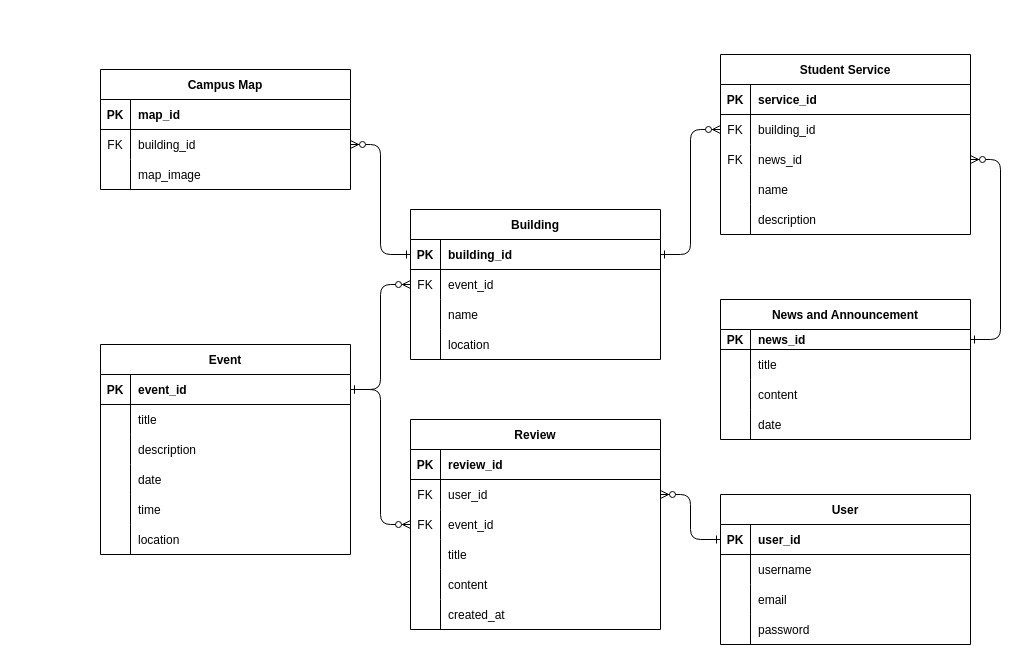
The draw.io diagram github_exercise/Untitled Diagram.drawio in dyy99/ddp, before the edit. Source tidied: cells renumbered, new cells numbered last; positions are measured from the earlier drawing's top-left corner, leaving out a move shared by most shapes. Both pictures are drawn from the tidied source at 100%, with x=0, y=0 at pixel (100, 54).
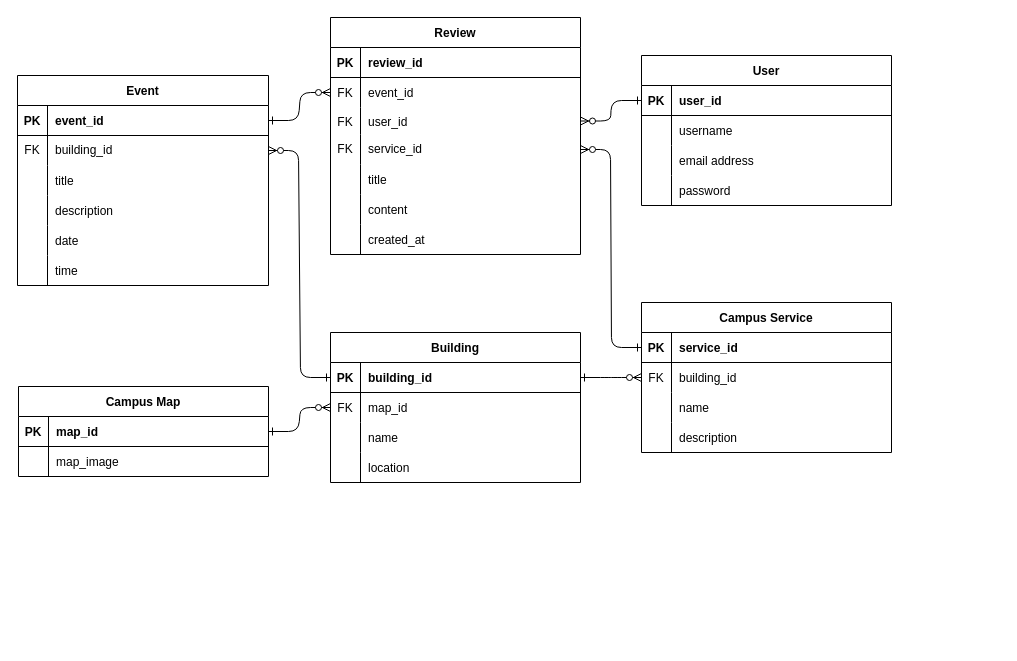
After the change.

Unchanged cells that the change refers to:
```xml
<mxCell id="11" style="shape=partialRectangle;fillColor=none;top=0;left=0;right=0;bottom=0;" parent="4" vertex="1">
  <mxGeometry y="90" width="250" height="30" as="geometry" />
</mxCell>
<mxCell id="56" style="shape=partialRectangle;fillColor=none;points=[[0,0.5],[1,0.5]];portConstraint=eastwest;top=0;left=0;right=0;bottom=1;" parent="55" vertex="1">
  <mxGeometry y="30" width="250" height="30" as="geometry" />
</mxCell>
<mxCell id="59" style="shape=tableRow;horizontal=0;startSize=0;swimlaneHead=0;swimlaneBody=0;fillColor=none;points=[[0,0.5],[1,0.5]];portConstraint=eastwest;top=0;left=0;right=0;bottom=0;" parent="55" vertex="1">
  <mxGeometry y="60" width="250" height="30" as="geometry" />
</mxCell>
<mxCell id="69" style="shape=partialRectangle;fillColor=none;points=[[0,0.5],[1,0.5]];portConstraint=eastwest;top=0;left=0;right=0;bottom=1;" parent="68" vertex="1">
  <mxGeometry y="30" width="250" height="30" as="geometry" />
</mxCell>
<mxCell id="98" style="shape=partialRectangle;fillColor=none;points=[[0,0.5],[1,0.5]];portConstraint=eastwest;top=0;left=0;right=0;bottom=1;" parent="97" vertex="1">
  <mxGeometry y="30" width="250" height="30" as="geometry" />
</mxCell>
```

Change to the diagram source:
```diff
@@
     <mxCell id="4" value="User" style="shape=table;startSize=30;childLayout=tableLayout;rowLines=0;fontStyle=1;align=center;" parent="1" vertex="1">
-      <mxGeometry x="620" y="440" width="250" height="150" as="geometry" />
+      <mxGeometry x="541" y="1" width="250" height="150" as="geometry" />
     </mxCell>
@@
-    <mxCell id="13" value="email" style="shape=partialRectangle;overflow=hidden;fillColor=none;top=0;left=0;bottom=0;right=0;align=left;spacingLeft=6;" parent="11" vertex="1">
+    <mxCell id="13" value="email address" style="shape=partialRectangle;overflow=hidden;fillColor=none;top=0;left=0;bottom=0;right=0;align=left;spacingLeft=6;" parent="11" vertex="1">
       <mxGeometry x="30" width="220" height="30" as="geometry" />
     </mxCell>
@@
     <mxCell id="17" value="Review" style="shape=table;startSize=30;childLayout=tableLayout;rowLines=0;fontStyle=1;align=center;" parent="1" vertex="1">
-      <mxGeometry x="310" y="365" width="250" height="210" as="geometry" />
+      <mxGeometry x="230" y="-37" width="250" height="237" as="geometry" />
     </mxCell>
@@
+    <mxCell id="24" style="shape=tableRow;horizontal=0;startSize=0;swimlaneHead=0;swimlaneBody=0;fillColor=none;points=[[0,0.5],[1,0.5]];portConstraint=eastwest;top=0;left=0;right=0;bottom=0;" parent="17" vertex="1">
+      <mxGeometry y="60" width="250" height="30" as="geometry" />
+    </mxCell>
+    <mxCell id="25" value="FK" style="shape=partialRectangle;fillColor=none;top=0;left=0;bottom=0;right=0;overflow=hidden;" parent="24" vertex="1">
+      <mxGeometry width="30" height="30" as="geometry" />
+    </mxCell>
+    <mxCell id="26" value="event_id" style="shape=partialRectangle;fillColor=none;top=0;left=0;bottom=0;right=0;align=left;spacingLeft=6;overflow=hidden;" parent="24" vertex="1">
+      <mxGeometry x="30" width="220" height="30" as="geometry" />
+    </mxCell>
     <mxCell id="21" style="shape=partialRectangle;fillColor=none;points=[[0,0.5],[1,0.5]];portConstraint=eastwest;top=0;left=0;right=0;bottom=0;" parent="17" vertex="1">
-      <mxGeometry y="60" width="250" height="30" as="geometry" />
+      <mxGeometry y="90" width="250" height="27" as="geometry" />
     </mxCell>
     <mxCell id="22" value="FK" style="shape=partialRectangle;overflow=hidden;fillColor=none;top=0;left=0;bottom=0;right=0;" parent="21" vertex="1">
-      <mxGeometry width="30" height="30" as="geometry" />
+      <mxGeometry width="30" height="27" as="geometry" />
     </mxCell>
     <mxCell id="23" value="user_id" style="shape=partialRectangle;overflow=hidden;fillColor=none;top=0;left=0;bottom=0;right=0;align=left;spacingLeft=6;" parent="21" vertex="1">
-      <mxGeometry x="30" width="220" height="30" as="geometry" />
+      <mxGeometry x="30" width="220" height="27" as="geometry" />
     </mxCell>
-    <mxCell id="24" style="shape=tableRow;horizontal=0;startSize=0;swimlaneHead=0;swimlaneBody=0;fillColor=none;points=[[0,0.5],[1,0.5]];portConstraint=eastwest;top=0;left=0;right=0;bottom=0;" parent="17" vertex="1">
-      <mxGeometry y="90" width="250" height="30" as="geometry" />
-    </mxCell>
-    <mxCell id="25" value="FK" style="shape=partialRectangle;fillColor=none;top=0;left=0;bottom=0;right=0;overflow=hidden;" parent="24" vertex="1">
-      <mxGeometry width="30" height="30" as="geometry" />
-    </mxCell>
-    <mxCell id="26" value="event_id" style="shape=partialRectangle;fillColor=none;top=0;left=0;bottom=0;right=0;align=left;spacingLeft=6;overflow=hidden;" parent="24" vertex="1">
-      <mxGeometry x="30" width="220" height="30" as="geometry" />
-    </mxCell>
+    <mxCell id="111" style="shape=tableRow;horizontal=0;startSize=0;swimlaneHead=0;swimlaneBody=0;fillColor=none;points=[[0,0.5],[1,0.5]];portConstraint=eastwest;top=0;left=0;right=0;bottom=0;" parent="17" vertex="1">
+      <mxGeometry y="117" width="250" height="30" as="geometry" />
+    </mxCell>
+    <mxCell id="112" value="FK" style="shape=partialRectangle;fillColor=none;top=0;left=0;bottom=0;right=0;fontStyle=0;overflow=hidden;whiteSpace=wrap;html=1;" parent="111" vertex="1">
+      <mxGeometry width="30" height="30" as="geometry" />
+    </mxCell>
+    <mxCell id="113" value="service_id" style="shape=partialRectangle;fillColor=none;top=0;left=0;bottom=0;right=0;align=left;spacingLeft=6;fontStyle=0;overflow=hidden;whiteSpace=wrap;html=1;" parent="111" vertex="1">
+      <mxGeometry x="30" width="220" height="30" as="geometry" />
+    </mxCell>
     <mxCell id="27" style="shape=partialRectangle;fillColor=none;top=0;left=0;right=0;bottom=0;" parent="17" vertex="1">
-      <mxGeometry y="120" width="250" height="30" as="geometry" />
+      <mxGeometry y="147" width="250" height="30" as="geometry" />
     </mxCell>
@@
     <mxCell id="30" style="shape=tableRow;horizontal=0;startSize=0;swimlaneHead=0;swimlaneBody=0;fillColor=none;top=0;left=0;right=0;bottom=0;" parent="17" vertex="1">
-      <mxGeometry y="150" width="250" height="30" as="geometry" />
+      <mxGeometry y="177" width="250" height="30" as="geometry" />
     </mxCell>
@@
     <mxCell id="33" style="shape=tableRow;horizontal=0;startSize=0;swimlaneHead=0;swimlaneBody=0;fillColor=none;top=0;left=0;right=0;bottom=0;" parent="17" vertex="1">
-      <mxGeometry y="180" width="250" height="30" as="geometry" />
+      <mxGeometry y="207" width="250" height="30" as="geometry" />
     </mxCell>
@@
     <mxCell id="36" value="Event" style="shape=table;startSize=30;childLayout=tableLayout;rowLines=0;fontStyle=1;align=center;" parent="1" vertex="1">
-      <mxGeometry y="290" width="250" height="210" as="geometry" />
+      <mxGeometry x="-83" y="21" width="251" height="210" as="geometry" />
     </mxCell>
     <mxCell id="37" style="shape=partialRectangle;fillColor=none;points=[[0,0.5],[1,0.5]];portConstraint=eastwest;top=0;left=0;right=0;bottom=1;" parent="36" vertex="1">
-      <mxGeometry y="30" width="250" height="30" as="geometry" />
+      <mxGeometry y="30" width="251" height="30" as="geometry" />
     </mxCell>
@@
     <mxCell id="39" value="event_id" style="shape=partialRectangle;overflow=hidden;fillColor=none;top=0;left=0;bottom=0;right=0;align=left;spacingLeft=6;fontStyle=1;" parent="37" vertex="1">
-      <mxGeometry x="30" width="220" height="30" as="geometry" />
+      <mxGeometry x="30" width="221" height="30" as="geometry" />
     </mxCell>
+    <mxCell id="114" style="shape=tableRow;horizontal=0;startSize=0;swimlaneHead=0;swimlaneBody=0;fillColor=none;points=[[0,0.5],[1,0.5]];portConstraint=eastwest;top=0;left=0;right=0;bottom=0;" parent="36" vertex="1">
+      <mxGeometry y="60" width="251" height="30" as="geometry" />
+    </mxCell>
+    <mxCell id="115" value="FK" style="shape=partialRectangle;fillColor=none;top=0;left=0;bottom=0;right=0;fontStyle=0;overflow=hidden;whiteSpace=wrap;html=1;" parent="114" vertex="1">
+      <mxGeometry width="30" height="30" as="geometry" />
+    </mxCell>
+    <mxCell id="103" value="building_id" style="shape=partialRectangle;fillColor=none;top=0;left=0;bottom=0;right=0;align=left;spacingLeft=6;fontStyle=0;overflow=hidden;whiteSpace=wrap;html=1;" parent="114" vertex="1">
+      <mxGeometry x="30" width="221" height="30" as="geometry" />
+    </mxCell>
     <mxCell id="40" style="shape=partialRectangle;fillColor=none;top=0;left=0;right=0;bottom=0;" parent="36" vertex="1">
-      <mxGeometry y="60" width="250" height="30" as="geometry" />
+      <mxGeometry y="90" width="251" height="30" as="geometry" />
     </mxCell>
@@
     <mxCell id="42" value="title" style="shape=partialRectangle;overflow=hidden;fillColor=none;top=0;left=0;bottom=0;right=0;align=left;spacingLeft=6;" parent="40" vertex="1">
-      <mxGeometry x="30" width="220" height="30" as="geometry" />
+      <mxGeometry x="30" width="221" height="30" as="geometry" />
     </mxCell>
     <mxCell id="43" style="shape=tableRow;horizontal=0;startSize=0;swimlaneHead=0;swimlaneBody=0;fillColor=none;top=0;left=0;right=0;bottom=0;" parent="36" vertex="1">
-      <mxGeometry y="90" width="250" height="30" as="geometry" />
+      <mxGeometry y="120" width="251" height="30" as="geometry" />
     </mxCell>
@@
     <mxCell id="45" value="description " style="shape=partialRectangle;fillColor=none;top=0;left=0;bottom=0;right=0;align=left;spacingLeft=6;overflow=hidden;" parent="43" vertex="1">
-      <mxGeometry x="30" width="220" height="30" as="geometry" />
+      <mxGeometry x="30" width="221" height="30" as="geometry" />
     </mxCell>
     <mxCell id="46" style="shape=tableRow;horizontal=0;startSize=0;swimlaneHead=0;swimlaneBody=0;fillColor=none;top=0;left=0;right=0;bottom=0;" parent="36" vertex="1">
-      <mxGeometry y="120" width="250" height="30" as="geometry" />
+      <mxGeometry y="150" width="251" height="30" as="geometry" />
     </mxCell>
@@
     <mxCell id="48" value="date" style="shape=partialRectangle;fillColor=none;top=0;left=0;bottom=0;right=0;align=left;spacingLeft=6;overflow=hidden;" parent="46" vertex="1">
-      <mxGeometry x="30" width="220" height="30" as="geometry" />
+      <mxGeometry x="30" width="221" height="30" as="geometry" />
     </mxCell>
     <mxCell id="49" style="shape=tableRow;horizontal=0;startSize=0;swimlaneHead=0;swimlaneBody=0;fillColor=none;top=0;left=0;right=0;bottom=0;" parent="36" vertex="1">
-      <mxGeometry y="150" width="250" height="30" as="geometry" />
+      <mxGeometry y="180" width="251" height="30" as="geometry" />
     </mxCell>
@@
     <mxCell id="51" value="time" style="shape=partialRectangle;fillColor=none;top=0;left=0;bottom=0;right=0;align=left;spacingLeft=6;overflow=hidden;" parent="49" vertex="1">
-      <mxGeometry x="30" width="220" height="30" as="geometry" />
+      <mxGeometry x="30" width="221" height="30" as="geometry" />
     </mxCell>
-    <mxCell id="52" style="shape=tableRow;horizontal=0;startSize=0;swimlaneHead=0;swimlaneBody=0;fillColor=none;top=0;left=0;right=0;bottom=0;" parent="36" vertex="1">
-      <mxGeometry y="180" width="250" height="30" as="geometry" />
-    </mxCell>
-    <mxCell id="53" style="shape=partialRectangle;fillColor=none;top=0;left=0;bottom=0;right=0;overflow=hidden;" parent="52" vertex="1">
-      <mxGeometry width="30" height="30" as="geometry" />
-    </mxCell>
-    <mxCell id="54" value="location" style="shape=partialRectangle;fillColor=none;top=0;left=0;bottom=0;right=0;align=left;spacingLeft=6;overflow=hidden;" parent="52" vertex="1">
-      <mxGeometry x="30" width="220" height="30" as="geometry" />
-    </mxCell>
     <mxCell id="55" value="Building" style="shape=table;startSize=30;childLayout=tableLayout;rowLines=0;fontStyle=1;align=center;" parent="1" vertex="1">
-      <mxGeometry x="310" y="155" width="250" height="150" as="geometry" />
+      <mxGeometry x="230" y="278" width="250" height="150" as="geometry" />
     </mxCell>
@@
-    <mxCell id="61" value="event_id" style="shape=partialRectangle;fillColor=none;top=0;left=0;bottom=0;right=0;align=left;spacingLeft=6;overflow=hidden;" parent="59" vertex="1">
+    <mxCell id="61" value="map_id" style="shape=partialRectangle;fillColor=none;top=0;left=0;bottom=0;right=0;align=left;spacingLeft=6;overflow=hidden;" parent="59" vertex="1">
       <mxGeometry x="30" width="220" height="30" as="geometry" />
     </mxCell>
@@
-    <mxCell id="68" value="Student Service" style="shape=table;startSize=30;childLayout=tableLayout;rowLines=0;fontStyle=1;align=center;" parent="1" vertex="1">
-      <mxGeometry x="620" width="250" height="180" as="geometry" />
+    <mxCell id="68" value="Campus Service" style="shape=table;startSize=30;childLayout=tableLayout;rowLines=0;fontStyle=1;align=center;" parent="1" vertex="1">
+      <mxGeometry x="541" y="248" width="250" height="150" as="geometry" />
     </mxCell>
@@
-    <mxCell id="75" style="shape=tableRow;horizontal=0;startSize=0;swimlaneHead=0;swimlaneBody=0;fillColor=none;points=[[0,0.5],[1,0.5]];portConstraint=eastwest;top=0;left=0;right=0;bottom=0;" parent="68" vertex="1">
-      <mxGeometry y="90" width="250" height="30" as="geometry" />
-    </mxCell>
-    <mxCell id="76" value="FK" style="shape=partialRectangle;fillColor=none;top=0;left=0;bottom=0;right=0;overflow=hidden;" parent="75" vertex="1">
-      <mxGeometry width="30" height="30" as="geometry" />
-    </mxCell>
-    <mxCell id="77" value="news_id" style="shape=partialRectangle;fillColor=none;top=0;left=0;bottom=0;right=0;align=left;spacingLeft=6;overflow=hidden;" parent="75" vertex="1">
-      <mxGeometry x="30" width="220" height="30" as="geometry" />
-    </mxCell>
     <mxCell id="78" style="shape=partialRectangle;fillColor=none;top=0;left=0;right=0;bottom=0;" parent="68" vertex="1">
-      <mxGeometry y="120" width="250" height="30" as="geometry" />
+      <mxGeometry y="90" width="250" height="30" as="geometry" />
     </mxCell>
@@
     <mxCell id="81" style="shape=tableRow;horizontal=0;startSize=0;swimlaneHead=0;swimlaneBody=0;fillColor=none;top=0;left=0;right=0;bottom=0;" parent="68" vertex="1">
-      <mxGeometry y="150" width="250" height="30" as="geometry" />
+      <mxGeometry y="120" width="250" height="30" as="geometry" />
     </mxCell>
@@
-    <mxCell id="84" value="News and Announcement" style="shape=table;startSize=30;childLayout=tableLayout;rowLines=0;fontStyle=1;align=center;" parent="1" vertex="1">
-      <mxGeometry x="620" y="245" width="250" height="140" as="geometry" />
-    </mxCell>
-    <mxCell id="85" style="shape=partialRectangle;fillColor=none;points=[[0,0.5],[1,0.5]];portConstraint=eastwest;top=0;left=0;right=0;bottom=1;" parent="84" vertex="1">
-      <mxGeometry y="30" width="250" height="20" as="geometry" />
-    </mxCell>
-    <mxCell id="86" value="PK" style="shape=partialRectangle;overflow=hidden;fillColor=none;top=0;left=0;bottom=0;right=0;fontStyle=1;" parent="85" vertex="1">
-      <mxGeometry width="30" height="20" as="geometry" />
-    </mxCell>
-    <mxCell id="87" value="news_id" style="shape=partialRectangle;overflow=hidden;fillColor=none;top=0;left=0;bottom=0;right=0;align=left;spacingLeft=6;fontStyle=1;" parent="85" vertex="1">
-      <mxGeometry x="30" width="220" height="20" as="geometry" />
-    </mxCell>
-    <mxCell id="88" style="shape=partialRectangle;fillColor=none;top=0;left=0;right=0;bottom=0;" parent="84" vertex="1">
-      <mxGeometry y="50" width="250" height="30" as="geometry" />
-    </mxCell>
-    <mxCell id="89" style="shape=partialRectangle;overflow=hidden;fillColor=none;top=0;left=0;bottom=0;right=0;" parent="88" vertex="1">
-      <mxGeometry width="30" height="30" as="geometry" />
-    </mxCell>
-    <mxCell id="90" value="title" style="shape=partialRectangle;overflow=hidden;fillColor=none;top=0;left=0;bottom=0;right=0;align=left;spacingLeft=6;" parent="88" vertex="1">
-      <mxGeometry x="30" width="220" height="30" as="geometry" />
-    </mxCell>
-    <mxCell id="91" style="shape=tableRow;horizontal=0;startSize=0;swimlaneHead=0;swimlaneBody=0;fillColor=none;top=0;left=0;right=0;bottom=0;" parent="84" vertex="1">
-      <mxGeometry y="80" width="250" height="30" as="geometry" />
-    </mxCell>
-    <mxCell id="92" style="shape=partialRectangle;fillColor=none;top=0;left=0;bottom=0;right=0;overflow=hidden;" parent="91" vertex="1">
-      <mxGeometry width="30" height="30" as="geometry" />
-    </mxCell>
-    <mxCell id="93" value="content" style="shape=partialRectangle;fillColor=none;top=0;left=0;bottom=0;right=0;align=left;spacingLeft=6;overflow=hidden;" parent="91" vertex="1">
-      <mxGeometry x="30" width="220" height="30" as="geometry" />
-    </mxCell>
-    <mxCell id="94" style="shape=tableRow;horizontal=0;startSize=0;swimlaneHead=0;swimlaneBody=0;fillColor=none;top=0;left=0;right=0;bottom=0;" parent="84" vertex="1">
-      <mxGeometry y="110" width="250" height="30" as="geometry" />
-    </mxCell>
-    <mxCell id="95" style="shape=partialRectangle;fillColor=none;top=0;left=0;bottom=0;right=0;overflow=hidden;" parent="94" vertex="1">
-      <mxGeometry width="30" height="30" as="geometry" />
-    </mxCell>
-    <mxCell id="96" value="date" style="shape=partialRectangle;fillColor=none;top=0;left=0;bottom=0;right=0;align=left;spacingLeft=6;overflow=hidden;" parent="94" vertex="1">
-      <mxGeometry x="30" width="220" height="30" as="geometry" />
-    </mxCell>
     <mxCell id="97" value="Campus Map" style="shape=table;startSize=30;childLayout=tableLayout;rowLines=0;fontStyle=1;align=center;" parent="1" vertex="1">
-      <mxGeometry y="15" width="250" height="120" as="geometry" />
+      <mxGeometry x="-82" y="332" width="250" height="90" as="geometry" />
     </mxCell>
@@
-    <mxCell id="101" style="shape=partialRectangle;fillColor=none;points=[[0,0.5],[1,0.5]];portConstraint=eastwest;top=0;left=0;right=0;bottom=0;" parent="97" vertex="1">
-      <mxGeometry y="60" width="250" height="30" as="geometry" />
-    </mxCell>
-    <mxCell id="102" value="FK" style="shape=partialRectangle;overflow=hidden;fillColor=none;top=0;left=0;bottom=0;right=0;" parent="101" vertex="1">
-      <mxGeometry width="30" height="30" as="geometry" />
-    </mxCell>
-    <mxCell id="103" value="building_id" style="shape=partialRectangle;overflow=hidden;fillColor=none;top=0;left=0;bottom=0;right=0;align=left;spacingLeft=6;" parent="101" vertex="1">
-      <mxGeometry x="30" width="220" height="30" as="geometry" />
-    </mxCell>
     <mxCell id="104" style="shape=tableRow;horizontal=0;startSize=0;swimlaneHead=0;swimlaneBody=0;fillColor=none;top=0;left=0;right=0;bottom=0;" parent="97" vertex="1">
-      <mxGeometry y="90" width="250" height="30" as="geometry" />
+      <mxGeometry y="60" width="250" height="30" as="geometry" />
     </mxCell>
@@
-    <mxCell id="107" style="edgeStyle=entityRelationEdgeStyle;endArrow=ERzeroToMany;startArrow=ERone;endFill=1;startFill=0;entryX=1;entryY=0.5;entryDx=0;entryDy=0;exitX=0;exitY=0.5;exitDx=0;exitDy=0;" parent="1" edge="1" source="56" target="101">
+    <mxCell id="107" style="edgeStyle=entityRelationEdgeStyle;endArrow=ERzeroToMany;startArrow=ERone;endFill=1;startFill=0;exitX=1;exitY=0.5;exitDx=0;exitDy=0;entryX=0;entryY=0.5;entryDx=0;entryDy=0;" parent="1" edge="1" source="98" target="59">
       <mxGeometry relative="1" as="geometry" />
     </mxCell>
-    <mxCell id="108" style="edgeStyle=entityRelationEdgeStyle;endArrow=ERzeroToMany;startArrow=ERone;endFill=1;startFill=0;entryX=0;entryY=0.5;entryDx=0;entryDy=0;exitX=1;exitY=0.5;exitDx=0;exitDy=0;" parent="1" edge="1" source="37" target="59">
+    <mxCell id="108" style="edgeStyle=entityRelationEdgeStyle;endArrow=ERzeroToMany;startArrow=ERone;endFill=1;startFill=0;entryX=1;entryY=0.5;entryDx=0;entryDy=0;exitX=0;exitY=0.5;exitDx=0;exitDy=0;" parent="1" edge="1" source="56" target="114">
       <mxGeometry relative="1" as="geometry" />
     </mxCell>
@@
-    <mxCell id="110" style="edgeStyle=entityRelationEdgeStyle;endArrow=ERzeroToMany;startArrow=ERone;endFill=1;startFill=0;entryX=1;entryY=0.5;entryDx=0;entryDy=0;exitX=1;exitY=0.5;exitDx=0;exitDy=0;" parent="1" edge="1" source="85" target="75">
-      <mxGeometry relative="1" as="geometry" />
-    </mxCell>
+    <mxCell id="116" style="edgeStyle=entityRelationEdgeStyle;endArrow=ERzeroToMany;startArrow=ERone;endFill=1;startFill=0;entryX=1;entryY=0.5;entryDx=0;entryDy=0;" parent="1" edge="1" source="69" target="111">
+      <mxGeometry relative="1" as="geometry" />
+    </mxCell>
```
